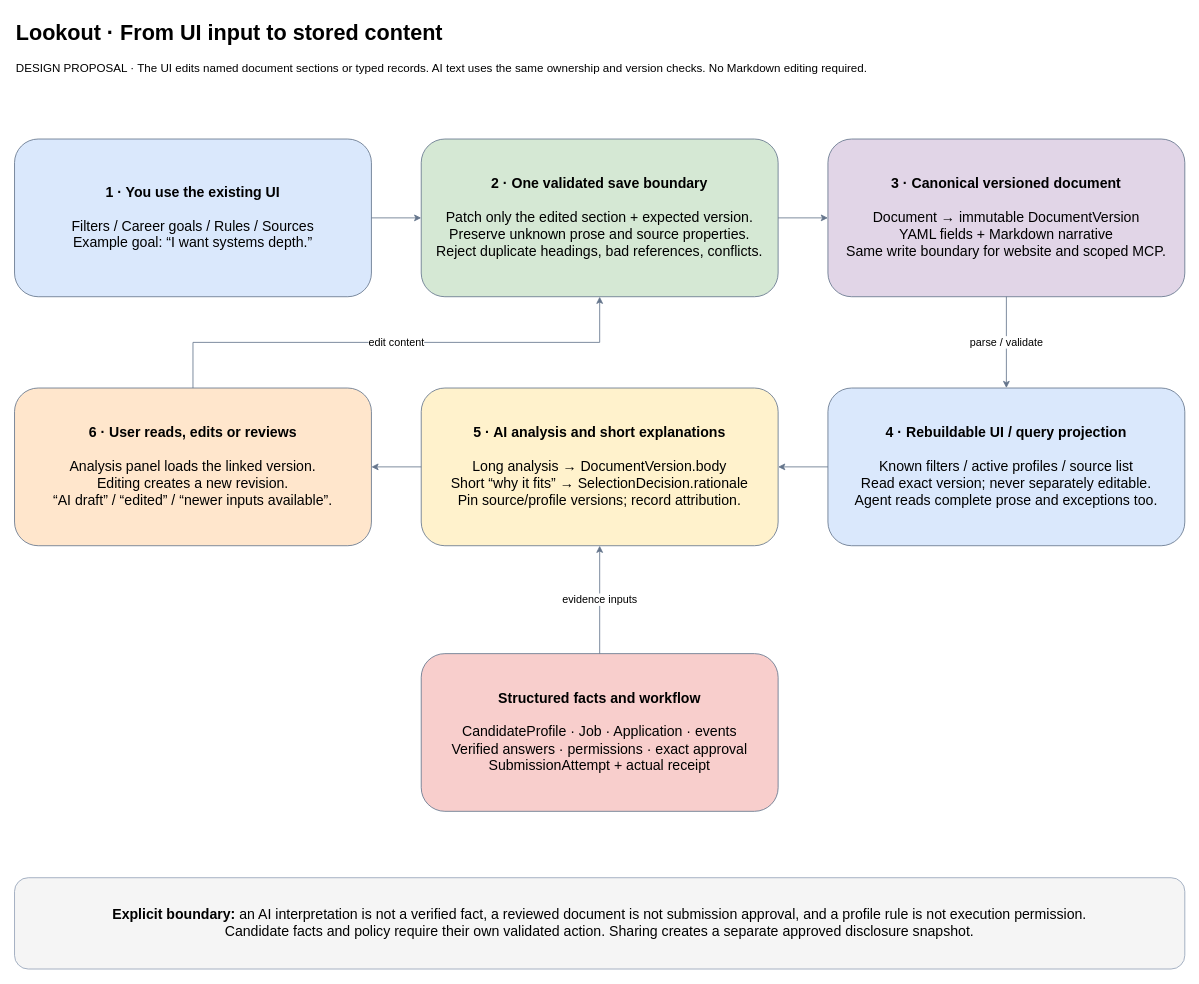
Above: page "00a UI and AI content flow" (2 of 10) of docs/schema-review/lookout-data-layer.drawio in wcia013twe/Lookout.job (draw.io), before the change. Source tidied: cells renumbered, new cells numbered last; positions are measured from the earlier drawing's top-left corner, leaving out a move shared by most shapes. Both pictures are drawn from the tidied source at 83%, with x=0, y=0 at pixel (14, 14).
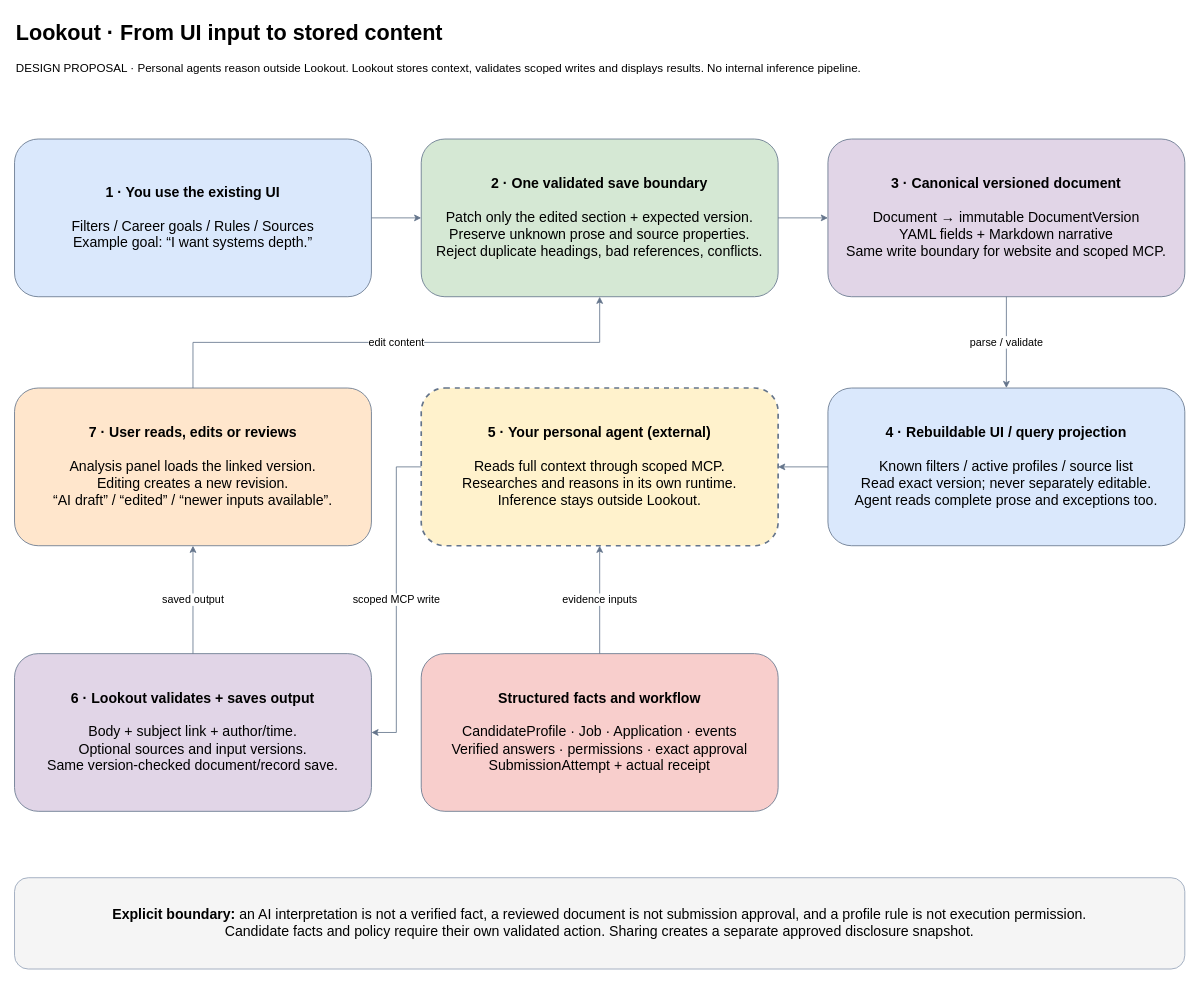
The same diagram, later.

Commit message (it also covers changes not shown here):
Keep inference with personal agents and simplify output metadata

The change refers to these unchanged cells:
```xml
<mxCell id="5" value="&lt;b&gt;2 · One validated save boundary&lt;/b&gt;&lt;br&gt;&lt;br&gt;Patch only the edited section + expected version.&lt;br&gt;Preserve unknown prose and source properties.&lt;br&gt;Reject duplicate headings, bad references, conflicts." style="rounded=1;whiteSpace=wrap;html=1;fontSize=17;fillColor=#d5e8d4;strokeColor=#64748b;spacing=16;" parent="1" vertex="1">
  <mxGeometry x="490" y="150" width="430" height="190" as="geometry" />
</mxCell>
<mxCell id="10" value="&lt;b&gt;Structured facts and workflow&lt;/b&gt;&lt;br&gt;&lt;br&gt;CandidateProfile · Job · Application · events&lt;br&gt;Verified answers · permissions · exact approval&lt;br&gt;SubmissionAttempt + actual receipt" style="rounded=1;whiteSpace=wrap;html=1;fontSize=17;fillColor=#f8cecc;strokeColor=#64748b;spacing=16;" parent="1" vertex="1">
  <mxGeometry x="490" y="770" width="430" height="190" as="geometry" />
</mxCell>
```

Change to the diagram source:
```diff
@@
-    <mxCell id="3" value="DESIGN PROPOSAL · The UI edits named document sections or typed records. AI text uses the same ownership and version checks. No Markdown editing required." style="text;html=1;fontSize=14;align=left;whiteSpace=wrap;" parent="1" vertex="1">
+    <mxCell id="3" value="DESIGN PROPOSAL · Personal agents reason outside Lookout. Lookout stores context, validates scoped writes and displays results. No internal inference pipeline." style="text;html=1;fontSize=14;align=left;whiteSpace=wrap;" parent="1" vertex="1">
       <mxGeometry y="50" width="1360" height="60" as="geometry" />
     </mxCell>
@@
-    <mxCell id="8" value="&lt;b&gt;5 · AI analysis and short explanations&lt;/b&gt;&lt;br&gt;&lt;br&gt;Long analysis → DocumentVersion.body&lt;br&gt;Short “why it fits” → SelectionDecision.rationale&lt;br&gt;Pin source/profile versions; record attribution." style="rounded=1;whiteSpace=wrap;html=1;fontSize=17;fillColor=#fff2cc;strokeColor=#64748b;spacing=16;" parent="1" vertex="1">
+    <mxCell id="8" value="&lt;b&gt;5 · Your personal agent (external)&lt;/b&gt;&lt;br&gt;&lt;br&gt;Reads full context through scoped MCP.&lt;br&gt;Researches and reasons in its own runtime.&lt;br&gt;Inference stays outside Lookout." style="dashed=1;strokeWidth=2;rounded=1;whiteSpace=wrap;html=1;fontSize=17;fillColor=#fff2cc;strokeColor=#64748b;spacing=16;" parent="1" vertex="1">
       <mxGeometry x="490" y="450" width="430" height="190" as="geometry" />
     </mxCell>
-    <mxCell id="9" value="&lt;b&gt;6 · User reads, edits or reviews&lt;/b&gt;&lt;br&gt;&lt;br&gt;Analysis panel loads the linked version.&lt;br&gt;Editing creates a new revision.&lt;br&gt;“AI draft” / “edited” / “newer inputs available”." style="rounded=1;whiteSpace=wrap;html=1;fontSize=17;fillColor=#ffe6cc;strokeColor=#64748b;spacing=16;" parent="1" vertex="1">
+    <mxCell id="9" value="&lt;b&gt;7 · User reads, edits or reviews&lt;/b&gt;&lt;br&gt;&lt;br&gt;Analysis panel loads the linked version.&lt;br&gt;Editing creates a new revision.&lt;br&gt;“AI draft” / “edited” / “newer inputs available”." style="rounded=1;whiteSpace=wrap;html=1;fontSize=17;fillColor=#ffe6cc;strokeColor=#64748b;spacing=16;" parent="1" vertex="1">
       <mxGeometry y="450" width="430" height="190" as="geometry" />
     </mxCell>
+    <mxCell id="19" value="&lt;b&gt;6 · Lookout validates + saves output&lt;/b&gt;&lt;br&gt;&lt;br&gt;Body + subject link + author/time.&lt;br&gt;Optional sources and input versions.&lt;br&gt;Same version-checked document/record save." style="rounded=1;whiteSpace=wrap;html=1;fontSize=17;fillColor=#e1d5e7;strokeColor=#64748b;spacing=16;" parent="1" vertex="1">
+      <mxGeometry y="770" width="430" height="190" as="geometry" />
+    </mxCell>
@@
-    <mxCell id="15" style="endArrow=classic;strokeColor=#64748b;fontSize=13;defaultLabelBackgroundColor=gap;edgeStyle=orthogonalEdgeStyle;rounded=0;libavoidRouting=1;jettySize=auto;html=1;" parent="1" edge="1" source="8" target="9">
-      <mxGeometry relative="1" as="geometry" />
+    <mxCell id="15" value="scoped MCP write" style="endArrow=classic;strokeColor=#64748b;fontSize=13;defaultLabelBackgroundColor=gap;edgeStyle=orthogonalEdgeStyle;rounded=0;libavoidRouting=1;jettySize=auto;html=1;" parent="1" edge="1" source="8" target="19">
+      <mxGeometry relative="1" as="geometry">
+        <Array as="points">
+          <mxPoint x="460" y="545" />
+          <mxPoint x="460" y="865" />
+        </Array>
+      </mxGeometry>
     </mxCell>
-    <mxCell id="16" value="evidence inputs" style="endArrow=classic;strokeColor=#64748b;fontSize=13;defaultLabelBackgroundColor=gap;edgeStyle=orthogonalEdgeStyle;rounded=0;libavoidRouting=1;jettySize=auto;html=1;" parent="1" edge="1" source="10" target="8">
+    <mxCell id="16" value="saved output" style="endArrow=classic;strokeColor=#64748b;fontSize=13;defaultLabelBackgroundColor=gap;edgeStyle=orthogonalEdgeStyle;rounded=0;libavoidRouting=1;jettySize=auto;html=1;" parent="1" edge="1" source="19" target="9">
       <mxGeometry relative="1" as="geometry" />
     </mxCell>
-    <mxCell id="17" value="edit content" style="endArrow=classic;strokeColor=#64748b;fontSize=13;defaultLabelBackgroundColor=gap;edgeStyle=orthogonalEdgeStyle;rounded=0;libavoidRouting=1;jettySize=auto;html=1;" parent="1" edge="1" source="9" target="5">
-      <mxGeometry relative="1" as="geometry">
-        <Array as="points">
-          <mxPoint x="215" y="395" />
-          <mxPoint x="705" y="395" />
-        </Array>
-      </mxGeometry>
+    <mxCell id="17" value="evidence inputs" style="endArrow=classic;strokeColor=#64748b;fontSize=13;defaultLabelBackgroundColor=gap;edgeStyle=orthogonalEdgeStyle;rounded=0;libavoidRouting=1;jettySize=auto;html=1;" parent="1" edge="1" source="10" target="8">
+      <mxGeometry relative="1" as="geometry" />
     </mxCell>
+    <mxCell id="20" value="edit content" style="endArrow=classic;strokeColor=#64748b;fontSize=13;defaultLabelBackgroundColor=gap;edgeStyle=orthogonalEdgeStyle;rounded=0;libavoidRouting=1;jettySize=auto;html=1;" parent="1" edge="1" source="9" target="5">
+      <mxGeometry relative="1" as="geometry">
+        <Array as="points">
+          <mxPoint x="215" y="395" />
+          <mxPoint x="705" y="395" />
+        </Array>
+      </mxGeometry>
+    </mxCell>
```
